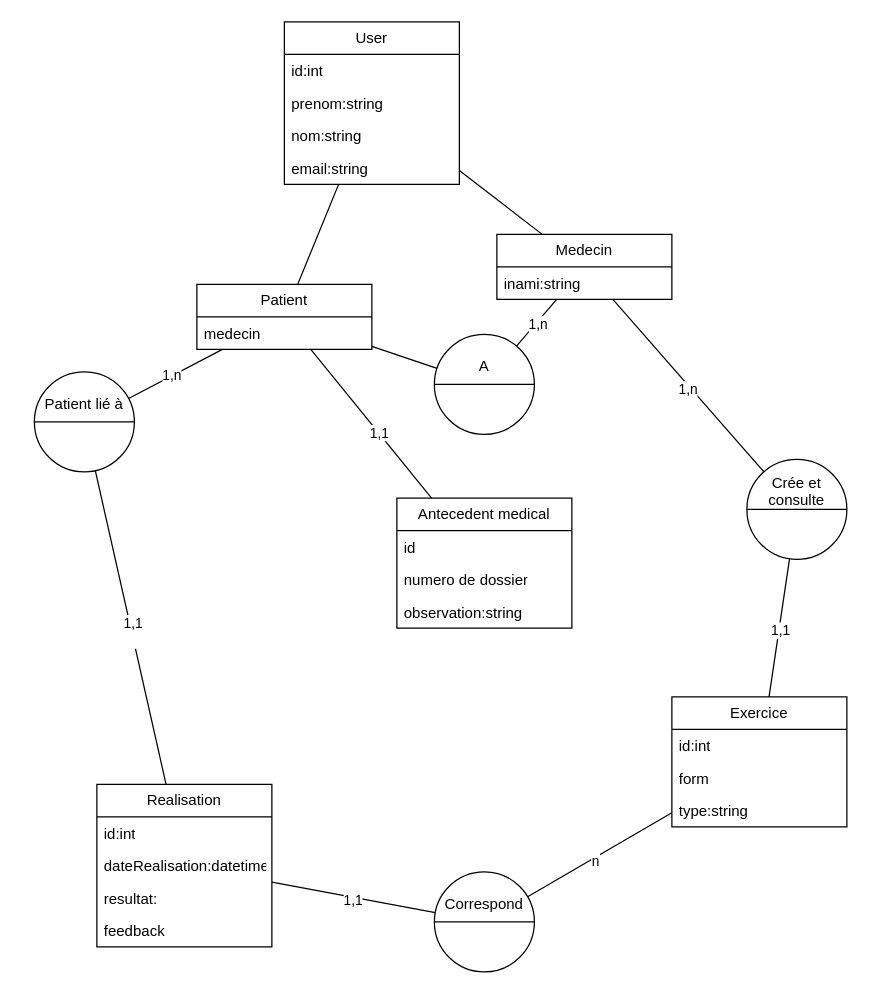
Before: documentation/diagramProjetSymfonyDV.drawio in DoroLunatiqua/ProjetSymfonyDV, a draw.io diagram. Source tidied: cells renumbered, new cells numbered last; positions are measured from the earlier drawing's top-left corner, leaving out a move shared by most shapes. Both pictures are drawn from the tidied source at 125%, with x=0, y=0 at pixel (34, 21).
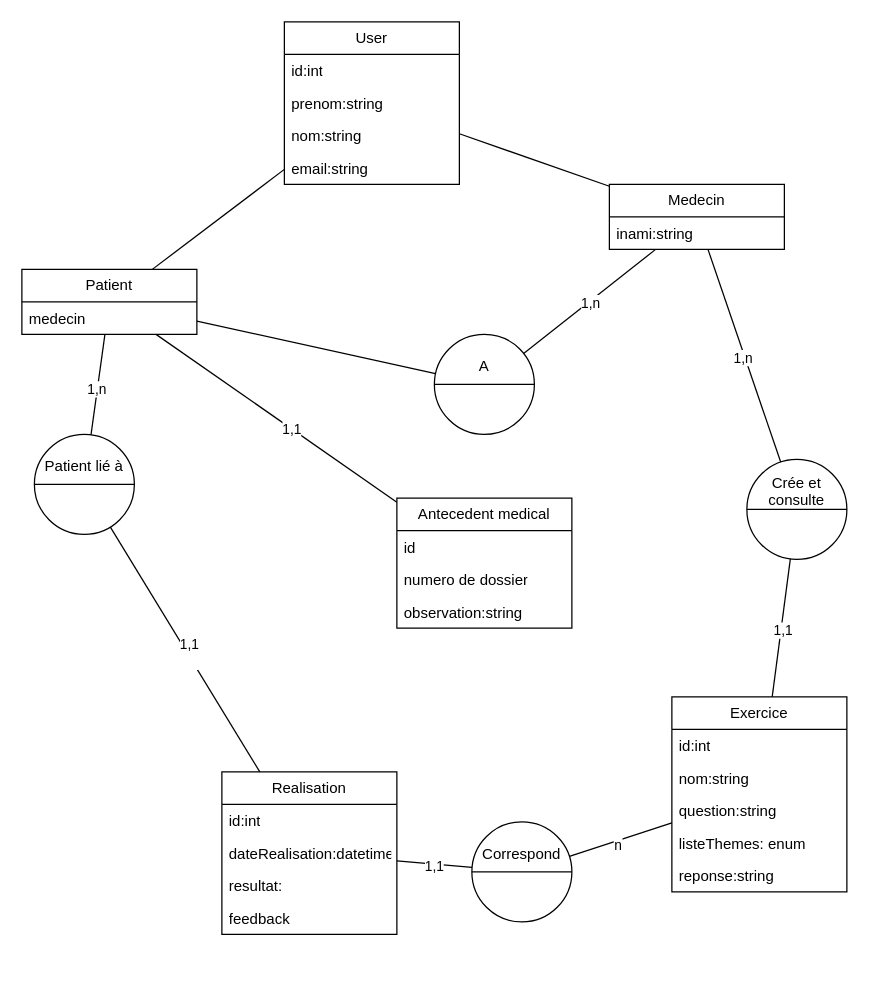
The same diagram, later.

Diff of the diagram source:
```diff
@@
     <mxCell id="7" value="Exercice" style="swimlane;fontStyle=0;horizontal=1;startSize=26;fillColor=none;whiteSpace=wrap;html=1;" parent="1" vertex="1">
-      <mxGeometry x="510" y="540" width="140" height="104" as="geometry" />
+      <mxGeometry x="510" y="540" width="140" height="156" as="geometry" />
     </mxCell>
@@
-    <mxCell id="9" value="form" style="text;strokeColor=none;fillColor=none;align=left;verticalAlign=top;spacingLeft=4;spacingRight=4;overflow=hidden;whiteSpace=wrap;html=1;" parent="7" vertex="1">
-      <mxGeometry y="52" width="140" height="26" as="geometry" />
-    </mxCell>
-    <mxCell id="10" value="type:string" style="text;strokeColor=none;fillColor=none;align=left;verticalAlign=top;spacingLeft=4;spacingRight=4;overflow=hidden;whiteSpace=wrap;html=1;" parent="7" vertex="1">
-      <mxGeometry y="78" width="140" height="26" as="geometry" />
-    </mxCell>
+    <mxCell id="47" value="nom:string&lt;div&gt;&lt;br&gt;&lt;/div&gt;" style="text;strokeColor=none;fillColor=none;align=left;verticalAlign=top;spacingLeft=4;spacingRight=4;overflow=hidden;whiteSpace=wrap;html=1;" parent="7" vertex="1">
+      <mxGeometry y="52" width="140" height="26" as="geometry" />
+    </mxCell>
+    <mxCell id="48" value="question:string" style="text;strokeColor=none;fillColor=none;align=left;verticalAlign=top;spacingLeft=4;spacingRight=4;overflow=hidden;whiteSpace=wrap;html=1;" parent="7" vertex="1">
+      <mxGeometry y="78" width="140" height="26" as="geometry" />
+    </mxCell>
+    <mxCell id="49" value="listeThemes: enum" style="text;strokeColor=none;fillColor=none;align=left;verticalAlign=top;spacingLeft=4;spacingRight=4;overflow=hidden;whiteSpace=wrap;html=1;" parent="7" vertex="1">
+      <mxGeometry y="104" width="140" height="26" as="geometry" />
+    </mxCell>
+    <mxCell id="50" value="reponse:string" style="text;strokeColor=none;fillColor=none;align=left;verticalAlign=top;spacingLeft=4;spacingRight=4;overflow=hidden;whiteSpace=wrap;html=1;" parent="7" vertex="1">
+      <mxGeometry y="130" width="140" height="26" as="geometry" />
+    </mxCell>
     <mxCell id="11" value="Realisation" style="swimlane;fontStyle=0;horizontal=1;startSize=26;fillColor=none;whiteSpace=wrap;html=1;" parent="1" vertex="1">
-      <mxGeometry x="50" y="610" width="140" height="130" as="geometry" />
+      <mxGeometry x="150" y="600" width="140" height="130" as="geometry" />
     </mxCell>
@@
     <mxCell id="16" value="Patient lié à&lt;div&gt;&lt;br&gt;&lt;/div&gt;&lt;div&gt;&lt;br&gt;&lt;/div&gt;" style="shape=lineEllipse;perimeter=ellipsePerimeter;whiteSpace=wrap;html=1;backgroundOutline=1;" parent="1" vertex="1">
-      <mxGeometry y="280" width="80" height="80" as="geometry" />
+      <mxGeometry y="330" width="80" height="80" as="geometry" />
     </mxCell>
@@
     <mxCell id="18" value="Correspond&lt;div&gt;&lt;br&gt;&lt;/div&gt;&lt;div&gt;&lt;br&gt;&lt;/div&gt;" style="shape=lineEllipse;perimeter=ellipsePerimeter;whiteSpace=wrap;html=1;backgroundOutline=1;" parent="1" vertex="1">
-      <mxGeometry x="320" y="680" width="80" height="80" as="geometry" />
+      <mxGeometry x="350" y="640" width="80" height="80" as="geometry" />
     </mxCell>
@@
     <mxCell id="31" value="Medecin" style="swimlane;fontStyle=0;horizontal=1;startSize=26;fillColor=none;whiteSpace=wrap;html=1;" parent="1" vertex="1">
-      <mxGeometry x="370" y="170" width="140" height="52" as="geometry" />
+      <mxGeometry x="460" y="130" width="140" height="52" as="geometry" />
     </mxCell>
@@
     <mxCell id="33" value="Patient" style="swimlane;fontStyle=0;horizontal=1;startSize=26;fillColor=none;whiteSpace=wrap;html=1;" parent="1" vertex="1">
-      <mxGeometry x="130" y="210" width="140" height="52" as="geometry" />
+      <mxGeometry x="-10" y="198" width="140" height="52" as="geometry" />
     </mxCell>
```
